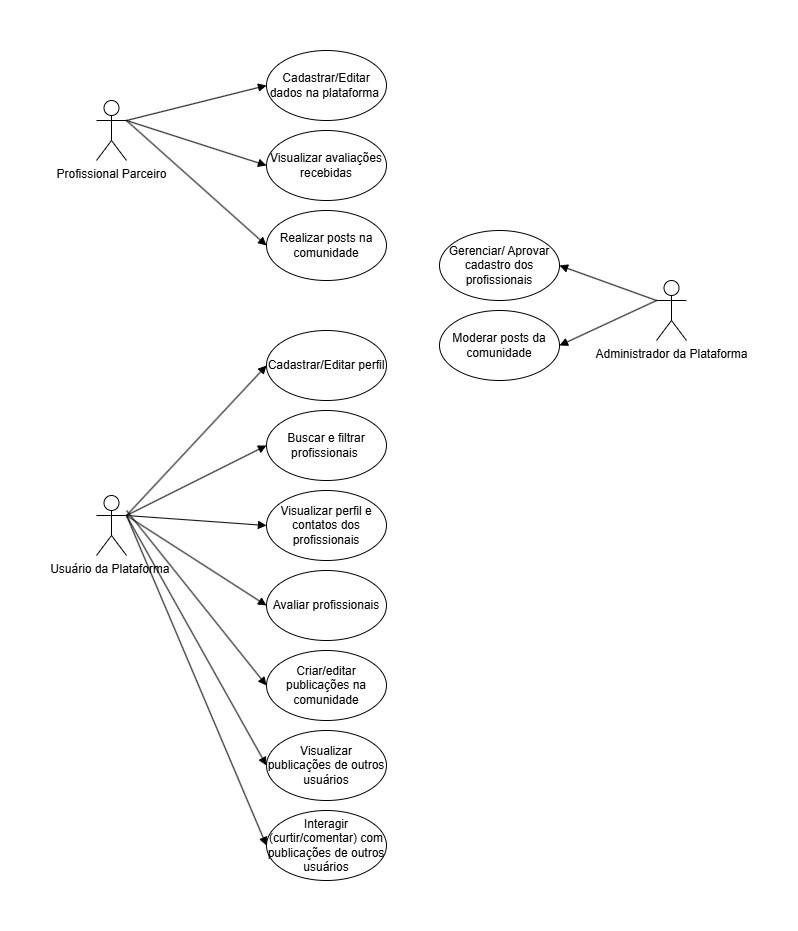
ICEI-PUC-Minas-PMV-SI/pmv-si-2026-1-pe3-t3-maes-em-foco keeps this draw.io diagram as docs/img/Diagrama_caso_de_uso_maes.drawio.png. Above is the earlier version. Source tidied: cells renumbered, new cells last; positions are measured from the earlier drawing's top-left corner, leaving out a move shared by most shapes.
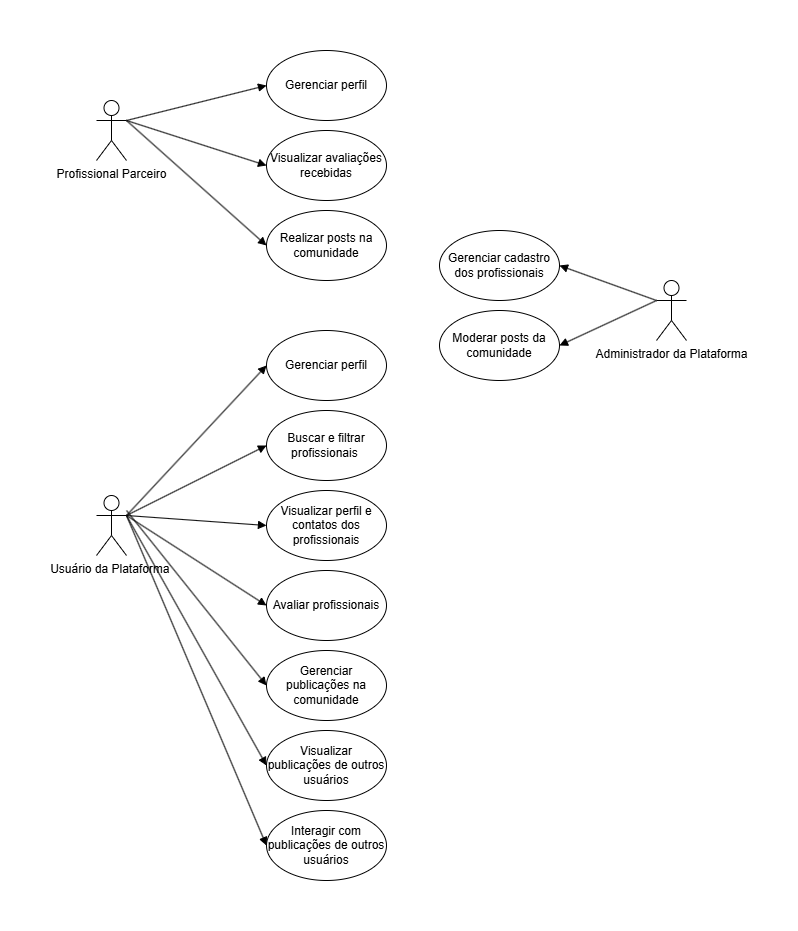
After the commit.

What changed in the source:
```diff
@@ -5,7 +5,7 @@
     <mxCell id="2" value="Profissional Parceiro" style="shape=umlActor;verticalLabelPosition=bottom;verticalAlign=top;html=1;" parent="1" vertex="1">
       <mxGeometry y="50" width="30" height="60" as="geometry" />
     </mxCell>
-    <mxCell id="3" value="Cadastrar/Editar dados na plataforma&amp;nbsp;" style="ellipse;whiteSpace=wrap;html=1;" parent="1" vertex="1">
+    <mxCell id="3" value="Gerenciar perfil" style="ellipse;whiteSpace=wrap;html=1;" parent="1" vertex="1">
       <mxGeometry x="170" width="120" height="70" as="geometry" />
     </mxCell>
     <mxCell id="4" value="Visualizar avaliações recebidas" style="ellipse;whiteSpace=wrap;html=1;" parent="1" vertex="1">
@@ -14,7 +14,7 @@
     <mxCell id="5" value="Usuário da Plataforma&amp;nbsp;" style="shape=umlActor;verticalLabelPosition=bottom;verticalAlign=top;html=1;" parent="1" vertex="1">
       <mxGeometry y="445" width="30" height="60" as="geometry" />
     </mxCell>
-    <mxCell id="6" value="Cadastrar/Editar perfil" style="ellipse;whiteSpace=wrap;html=1;" parent="1" vertex="1">
+    <mxCell id="6" value="Gerenciar perfil" style="ellipse;whiteSpace=wrap;html=1;" parent="1" vertex="1">
       <mxGeometry x="170" y="280" width="120" height="70" as="geometry" />
     </mxCell>
     <mxCell id="7" value="Visualizar perfil e contatos dos profissionais" style="ellipse;whiteSpace=wrap;html=1;" parent="1" vertex="1">
@@ -29,10 +29,10 @@
     <mxCell id="10" value="Visualizar publicações de outros usuários" style="ellipse;whiteSpace=wrap;html=1;" parent="1" vertex="1">
       <mxGeometry x="170" y="680" width="120" height="70" as="geometry" />
     </mxCell>
-    <mxCell id="11" value="Criar/editar publicações na comunidade" style="ellipse;whiteSpace=wrap;html=1;" parent="1" vertex="1">
+    <mxCell id="11" value="Gerenciar publicações na comunidade" style="ellipse;whiteSpace=wrap;html=1;" parent="1" vertex="1">
       <mxGeometry x="170" y="600" width="120" height="70" as="geometry" />
     </mxCell>
-    <mxCell id="12" value="Interagir (curtir/comentar) com publicações de outros usuários" style="ellipse;whiteSpace=wrap;html=1;" parent="1" vertex="1">
+    <mxCell id="12" value="Interagir com publicações de outros usuários" style="ellipse;whiteSpace=wrap;html=1;" parent="1" vertex="1">
       <mxGeometry x="170" y="760" width="120" height="70" as="geometry" />
     </mxCell>
     <mxCell id="13" style="html=1;verticalAlign=bottom;endArrow=block;curved=0;rounded=0;entryX=0;entryY=0.5;entryDx=0;entryDy=0;exitX=1;exitY=0.3333333333333333;exitDx=0;exitDy=0;exitPerimeter=0;" parent="1" edge="1" source="2" target="3">
@@ -67,7 +67,7 @@
     <mxCell id="22" value="Administrador da Plataforma" style="shape=umlActor;verticalLabelPosition=bottom;verticalAlign=top;html=1;" parent="1" vertex="1">
       <mxGeometry x="560" y="230" width="30" height="60" as="geometry" />
     </mxCell>
-    <mxCell id="23" value="Gerenciar/ Aprovar cadastro dos profissionais" style="ellipse;whiteSpace=wrap;html=1;" parent="1" vertex="1">
+    <mxCell id="23" value="Gerenciar cadastro dos profissionais" style="ellipse;whiteSpace=wrap;html=1;" parent="1" vertex="1">
       <mxGeometry x="343" y="180" width="120" height="70" as="geometry" />
     </mxCell>
     <mxCell id="24" value="Moderar posts da comunidade" style="ellipse;whiteSpace=wrap;html=1;" parent="1" vertex="1">
```
